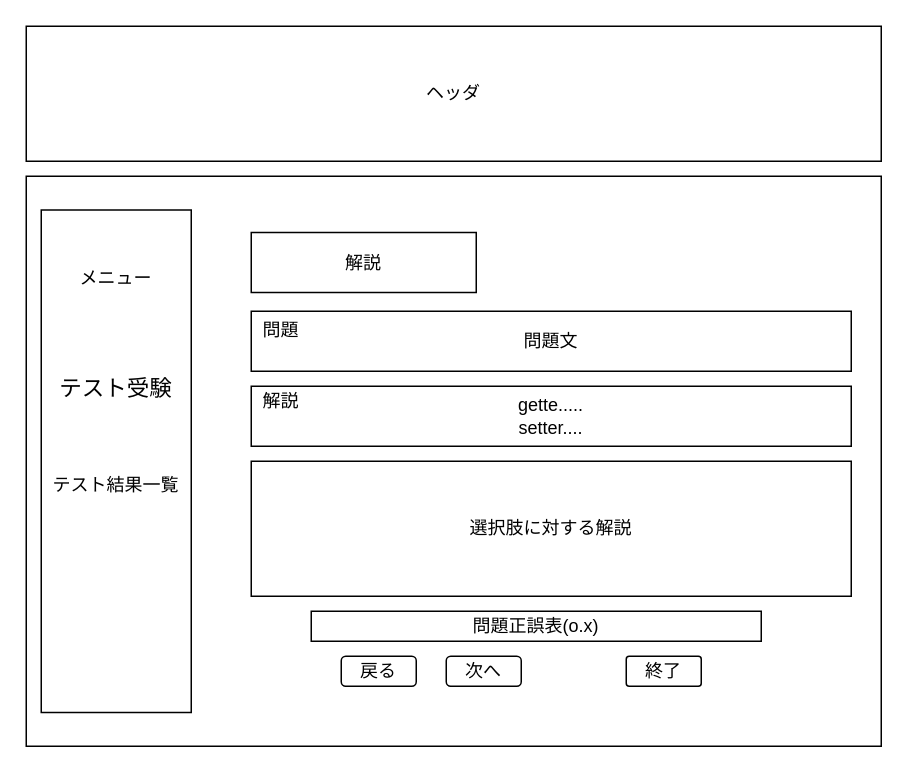
Before: 外部設計DRAWIO/1.5テスト解説画面.drawio in DOJO-2021/A-3, a draw.io diagram. Source tidied: cells renumbered, new cells numbered last; positions are measured from the earlier drawing's top-left corner, leaving out a move shared by most shapes. Both pictures are drawn from the tidied source at 150%, with x=0, y=0 at pixel (26, 26).
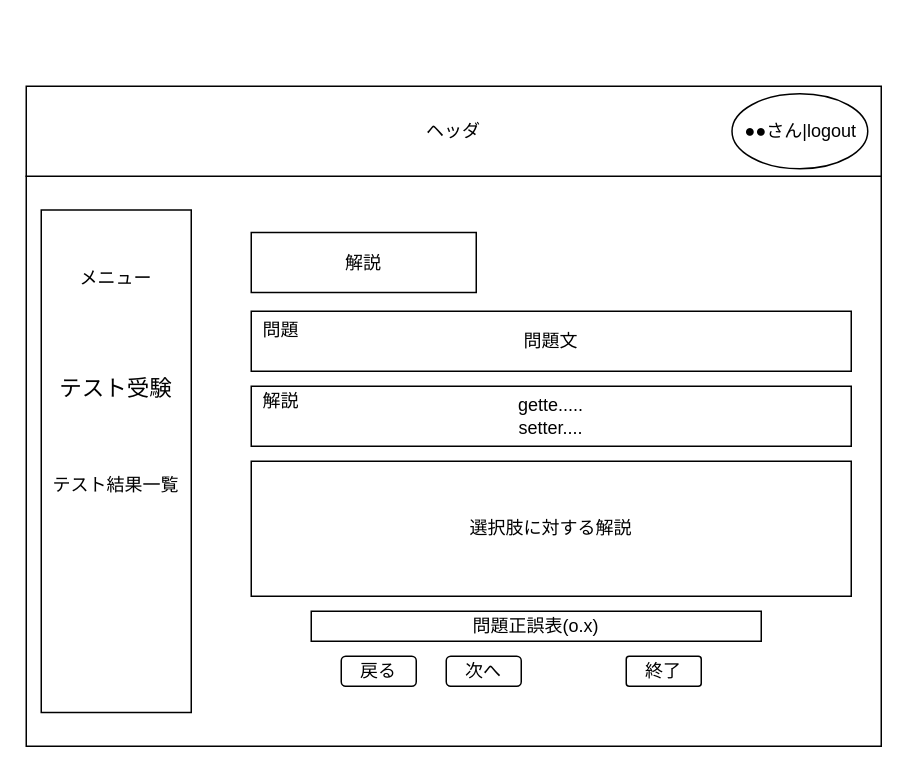
The same diagram, later.

Diff of the diagram source:
```diff
@@
 <mxGraphModel>
   <root>
     <mxCell id="0" />
     <mxCell id="1" parent="0" />
-    <mxCell id="2" value="ヘッダ" style="rounded=0;whiteSpace=wrap;html=1;" parent="1" vertex="1">
-      <mxGeometry width="570" height="90" as="geometry" />
-    </mxCell>
     <mxCell id="3" style="rounded=0;whiteSpace=wrap;html=1;" parent="1" vertex="1">
       <mxGeometry y="100" width="570" height="380" as="geometry" />
     </mxCell>
     <mxCell id="4" value="解説" style="rounded=0;whiteSpace=wrap;html=1;" parent="1" vertex="1">
       <mxGeometry x="150" y="137.5" width="150" height="40" as="geometry" />
     </mxCell>
     <mxCell id="5" style="rounded=0;whiteSpace=wrap;html=1;" parent="1" vertex="1">
       <mxGeometry x="10" y="122.5" width="100" height="335" as="geometry" />
     </mxCell>
     <mxCell id="6" value="&lt;span style=&quot;font-size: 12px;&quot;&gt;&lt;font style=&quot;font-size: 12px;&quot;&gt;メニュー&lt;/font&gt;&lt;/span&gt;" style="text;html=1;strokeColor=none;fillColor=none;align=center;verticalAlign=middle;whiteSpace=wrap;rounded=0;fontStyle=0;fontSize=12;" parent="1" vertex="1">
       <mxGeometry x="20" y="137.5" width="80" height="60" as="geometry" />
     </mxCell>
     <mxCell id="7" value="テスト受験" style="text;html=1;strokeColor=none;fillColor=none;align=center;verticalAlign=middle;whiteSpace=wrap;rounded=0;fontStyle=0;fontSize=15;" parent="1" vertex="1">
       <mxGeometry x="20" y="212.5" width="80" height="57" as="geometry" />
     </mxCell>
     <mxCell id="8" value="テスト結果一覧" style="text;html=1;strokeColor=none;fillColor=none;align=center;verticalAlign=middle;whiteSpace=wrap;rounded=0;" parent="1" vertex="1">
       <mxGeometry y="272.5" width="120" height="67.5" as="geometry" />
     </mxCell>
     <mxCell id="9" value="gette.....&lt;br&gt;setter...." style="rounded=0;whiteSpace=wrap;html=1;" parent="1" vertex="1">
       <mxGeometry x="150" y="240" width="400" height="40" as="geometry" />
     </mxCell>
     <mxCell id="10" value="解説" style="text;html=1;strokeColor=none;fillColor=none;align=center;verticalAlign=middle;whiteSpace=wrap;rounded=0;" parent="1" vertex="1">
       <mxGeometry x="150" y="240" width="40" height="20" as="geometry" />
     </mxCell>
     <mxCell id="11" value="選択肢に対する解説" style="rounded=0;whiteSpace=wrap;html=1;" parent="1" vertex="1">
       <mxGeometry x="150" y="290" width="400" height="90" as="geometry" />
     </mxCell>
     <mxCell id="12" value="問題文" style="rounded=0;whiteSpace=wrap;html=1;" parent="1" vertex="1">
       <mxGeometry x="150" y="190" width="400" height="40" as="geometry" />
     </mxCell>
     <mxCell id="13" value="問題" style="text;html=1;strokeColor=none;fillColor=none;align=center;verticalAlign=middle;whiteSpace=wrap;rounded=0;" parent="1" vertex="1">
       <mxGeometry x="150" y="192.5" width="40" height="20" as="geometry" />
     </mxCell>
     <mxCell id="14" value="問題正誤表(o.x)" style="rounded=0;whiteSpace=wrap;html=1;" parent="1" vertex="1">
       <mxGeometry x="190" y="390" width="300" height="20" as="geometry" />
     </mxCell>
     <mxCell id="15" value="戻る" style="rounded=1;whiteSpace=wrap;html=1;" parent="1" vertex="1">
       <mxGeometry x="210" y="420" width="50" height="20" as="geometry" />
     </mxCell>
     <mxCell id="16" value="次へ" style="rounded=1;whiteSpace=wrap;html=1;" parent="1" vertex="1">
       <mxGeometry x="280" y="420" width="50" height="20" as="geometry" />
     </mxCell>
     <mxCell id="17" value="終了" style="rounded=1;whiteSpace=wrap;html=1;arcSize=10;" parent="1" vertex="1">
       <mxGeometry x="400" y="420" width="50" height="20" as="geometry" />
     </mxCell>
+    <mxCell id="18" style="group;" parent="1" vertex="1">
+      <mxGeometry y="40" width="570" height="60" as="geometry" />
+    </mxCell>
+    <mxCell id="2" value="ヘッダ" style="rounded=0;whiteSpace=wrap;html=1;" parent="18" vertex="1">
+      <mxGeometry width="570" height="60" as="geometry" />
+    </mxCell>
+    <mxCell id="19" value="●●さん|logout" style="ellipse;whiteSpace=wrap;html=1;fontSize=12;" parent="18" vertex="1">
+      <mxGeometry x="470.5" y="5" width="90.5" height="50" as="geometry" />
+    </mxCell>
   </root>
 </mxGraphModel>
```
